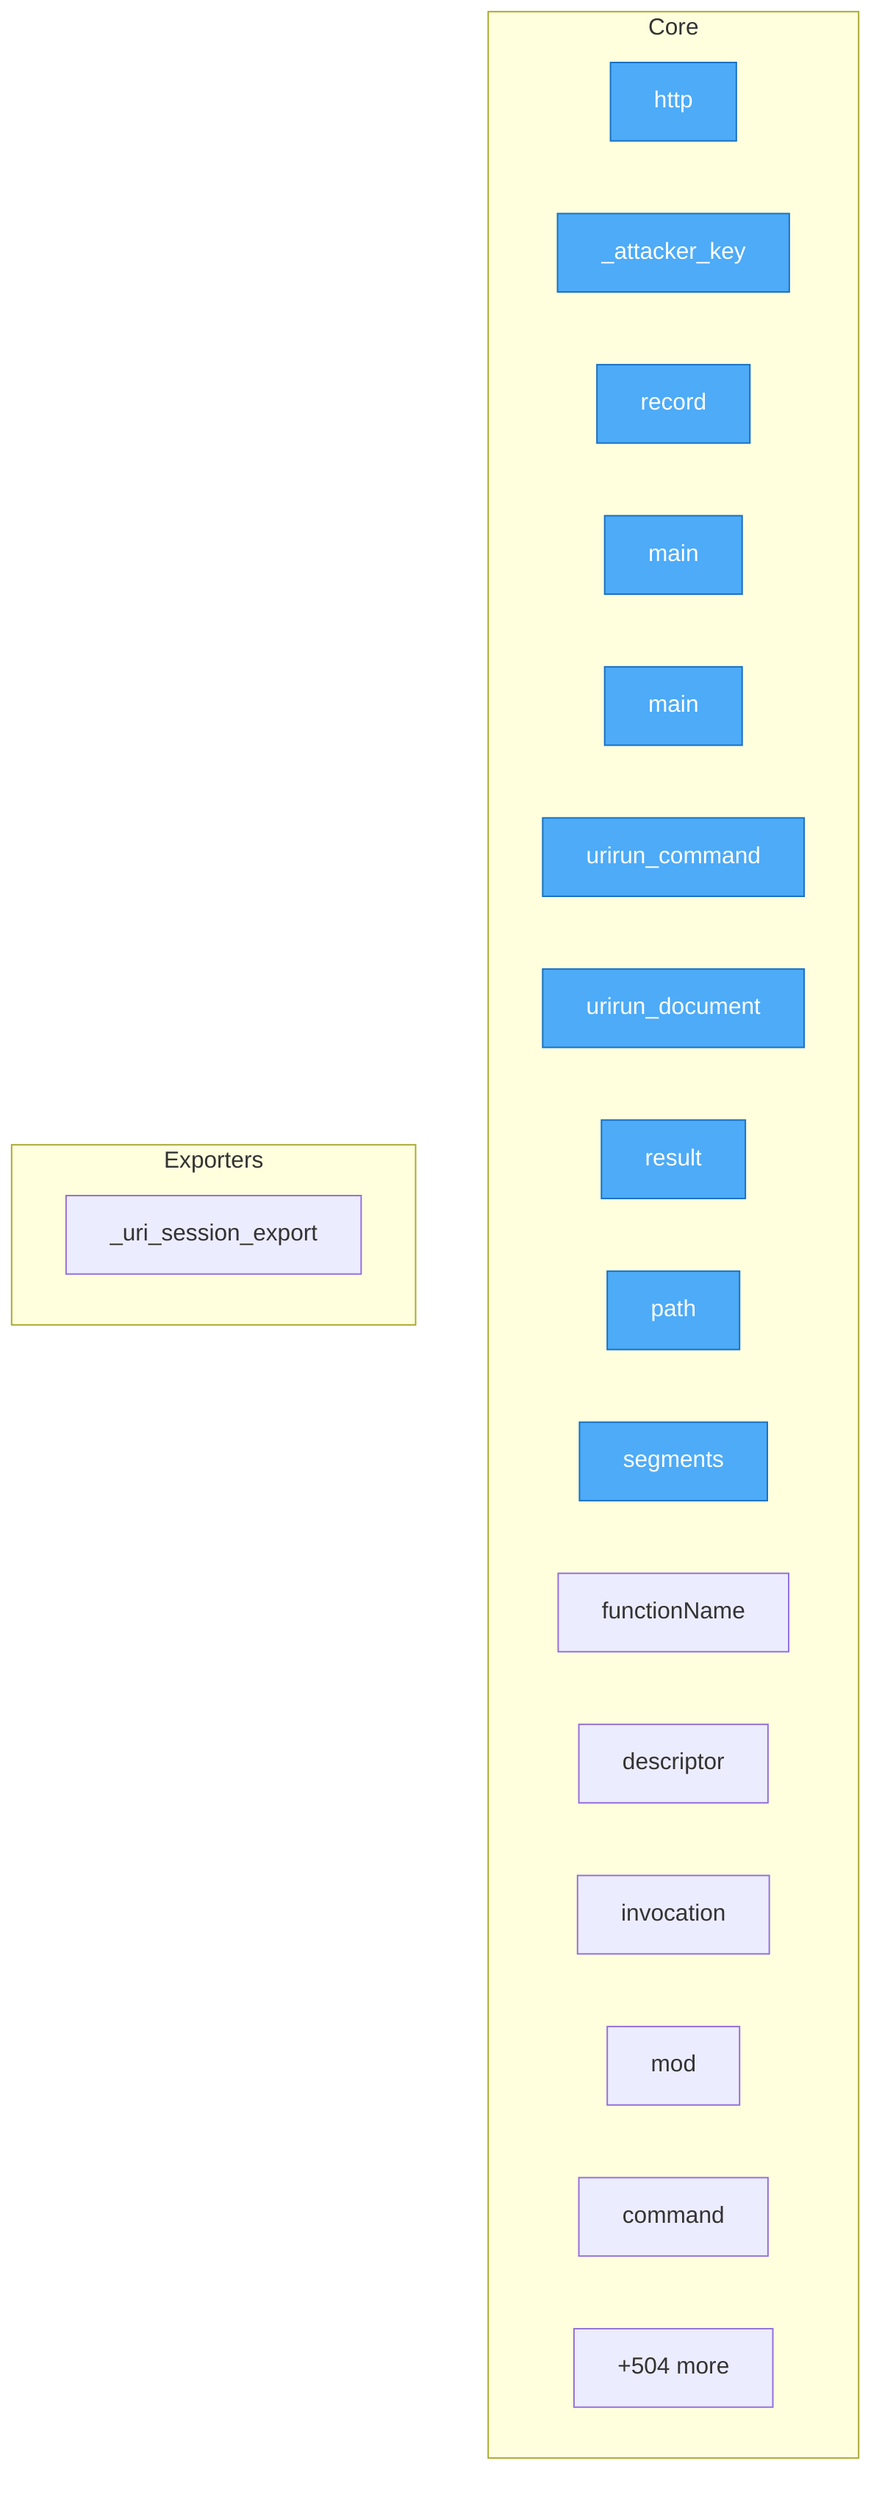
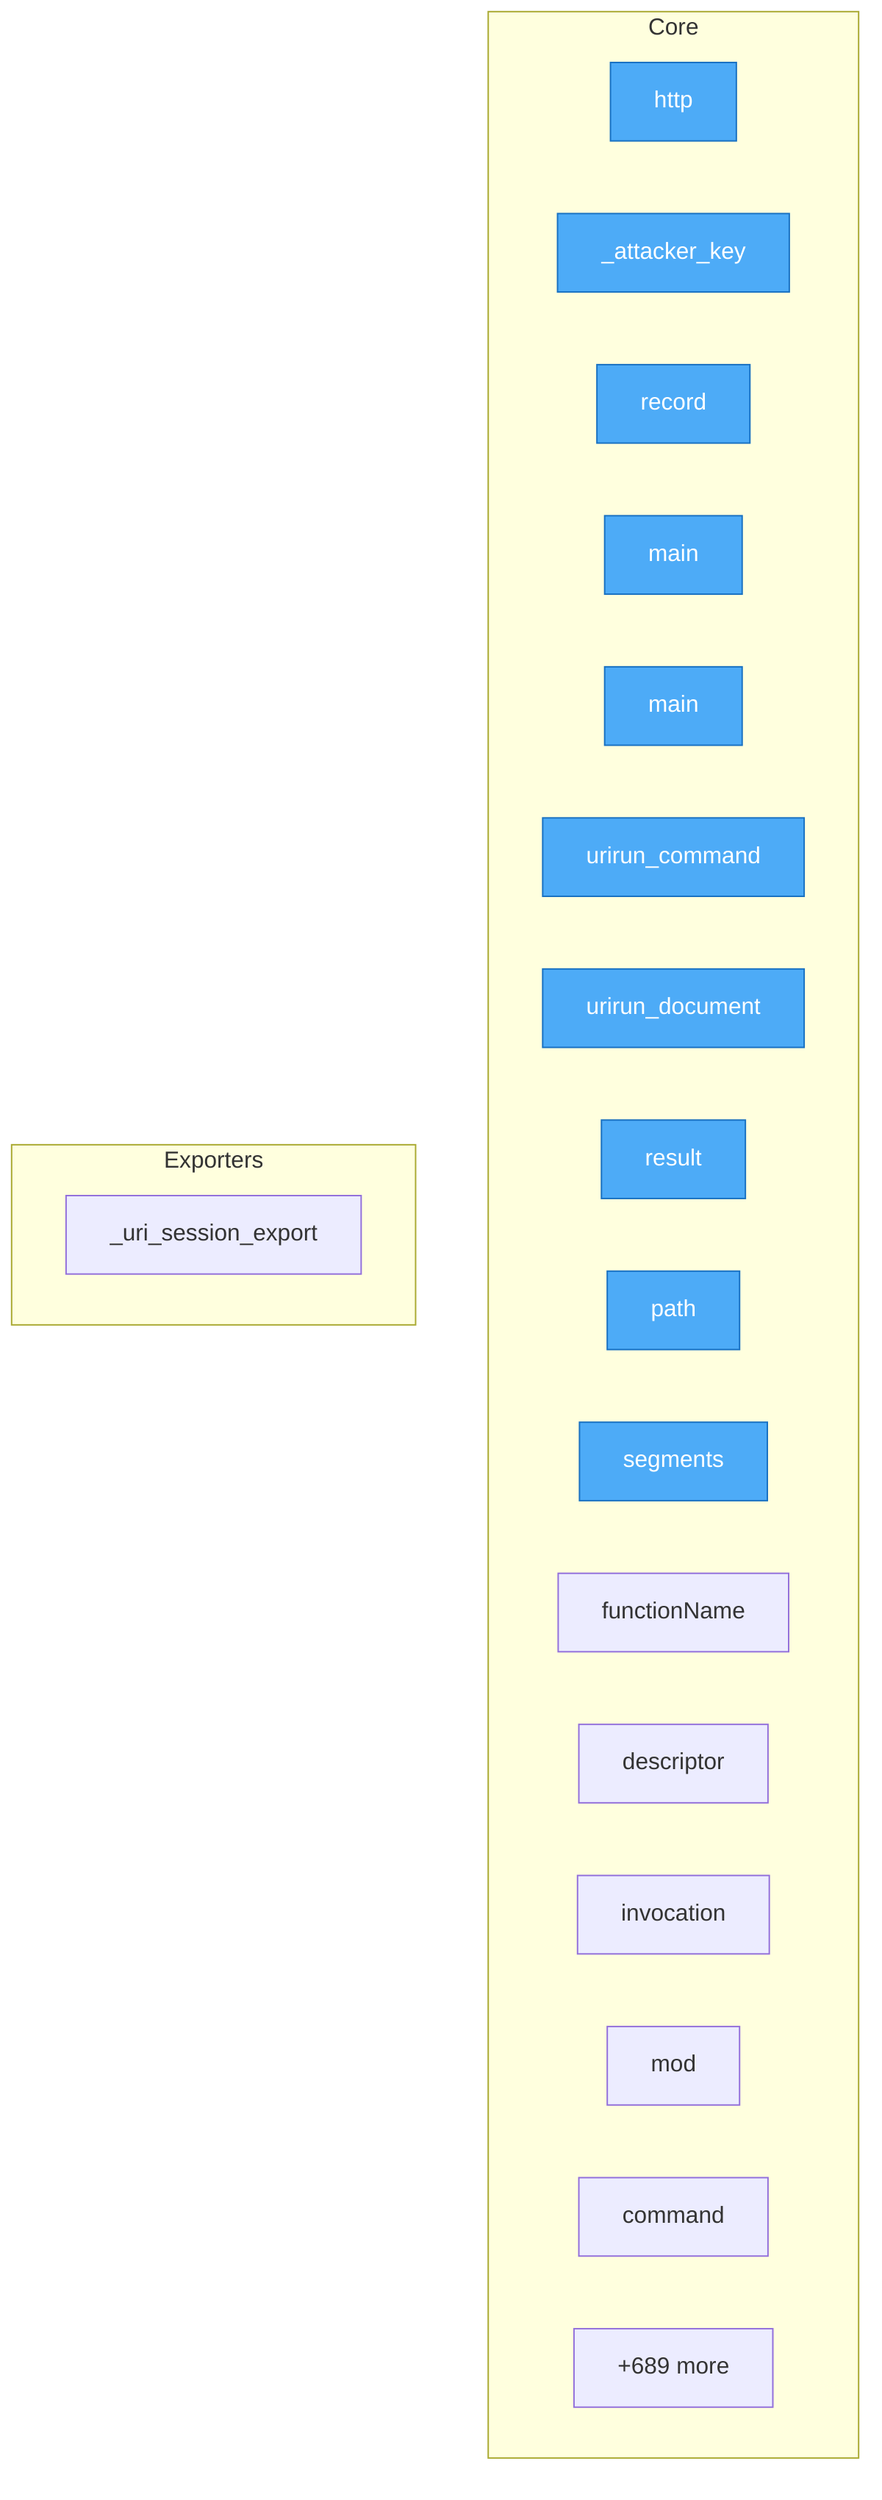
flowchart TD
- %% generated in 0.02s
+ %% generated in 0.04s

    %% Entry points (blue)
    classDef entry fill:#4dabf7,stroke:#1971c2,color:#fff

    subgraph Core
        security__mesh_probe__probe__http["http"]
        security__mesh_probe__probe___attacker_key["_attacker_key"]
        security__mesh_probe__probe__record["record"]
        adapters__conformance__main["main"]
        adapters__new_connector__main["main"]
        adapters__bash__urirun__urirun_command["urirun_command"]
        adapters__bash__urirun__urirun_document["urirun_document"]
        adapters__js__index__test__result["result"]
        adapters__js__path["path"]
        adapters__js__segments["segments"]
        adapters__js__functionName["functionName"]
        adapters__js__descriptor["descriptor"]
        adapters__js__invocation["invocation"]
        adapters__js__mod["mod"]
        adapters__java__Urirun__Urirun__command["command"]
-         ...["+504 more"]
+         ...["+689 more"]
    end

    subgraph Exporters
        adapters__python__urirun__node__skill___uri_session_export["_uri_session_export"]
    end

    class security__mesh_probe__probe__http,security__mesh_probe__probe___attacker_key,security__mesh_probe__probe__record,adapters__conformance__main,adapters__new_connector__main,adapters__bash__urirun__urirun_command,adapters__bash__urirun__urirun_document,adapters__js__index__test__result,adapters__js__path,adapters__js__segments entry
